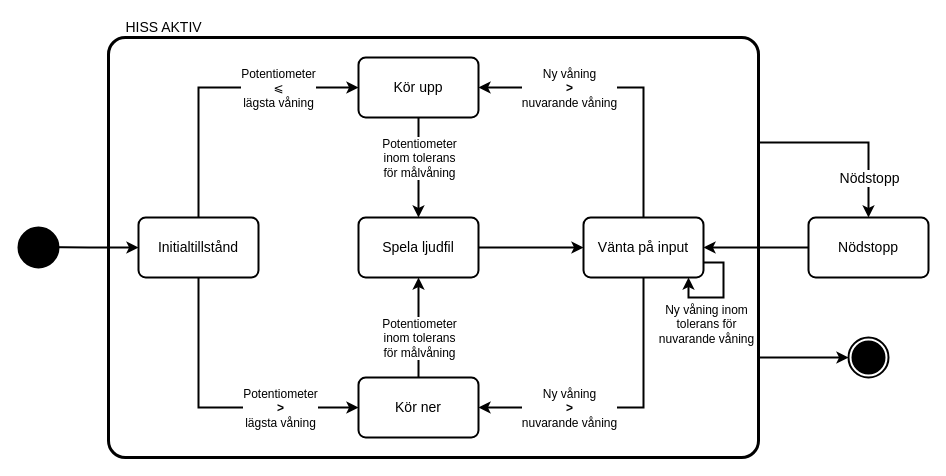
Earlier version of the draw.io diagram Bilder och figurer/Drawio/Tillståndsdiagram_2.drawio (RagePly/TIF083-LabVIEW). Source tidied: cells renumbered, new cells numbered last; positions are measured from the earlier drawing's top-left corner, leaving out a move shared by most shapes. Both pictures are drawn from the tidied source at 100%, with x=0, y=0 at pixel (18, 17).
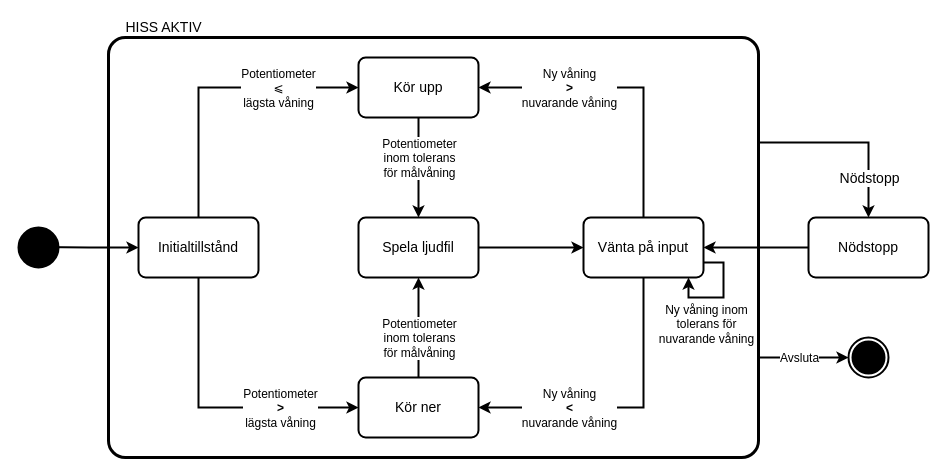
The same diagram, later.

The change refers to these unchanged cells:
```xml
<mxCell id="21" style="edgeStyle=orthogonalEdgeStyle;rounded=0;jettySize=auto;html=1;exitX=0.5;exitY=1;exitDx=0;exitDy=0;entryX=1;entryY=0.5;entryDx=0;entryDy=0;strokeWidth=2;fontFamily=CMU Serif;fontSize=12;" parent="2" edge="1" source="23" target="9">
  <mxGeometry x="20" as="geometry" />
</mxCell>
<mxCell id="33" style="edgeStyle=orthogonalEdgeStyle;rounded=0;jettySize=auto;html=1;exitX=1;exitY=0.762;exitDx=0;exitDy=0;entryX=0;entryY=0.5;entryDx=0;entryDy=0;strokeWidth=2;fontFamily=CMU Serif;fontSize=14;exitPerimeter=0;" parent="2" edge="1" source="3" target="32">
  <mxGeometry x="20" as="geometry" />
</mxCell>
```

What changed in the source:
```diff
@@
-    <mxCell id="22" value="Ny våning&lt;br&gt;&lt;b&gt;&amp;gt;&lt;/b&gt;&lt;br&gt;nuvarande våning" style="edgeLabel;html=1;align=center;verticalAlign=middle;fontSize=12;fontFamily=CMU Serif;" parent="21" vertex="1">
+    <mxCell id="22" value="Ny våning&lt;br&gt;&lt;b&gt;&amp;lt;&lt;/b&gt;&lt;br&gt;nuvarande våning" style="edgeLabel;align=center;verticalAlign=middle;fontSize=12;fontFamily=CMU Serif;html=1;" parent="21" vertex="1">
       <mxGeometry x="-0.62" y="3" relative="1" as="geometry">
         <mxPoint x="-78" y="74" as="offset" />
       </mxGeometry>
     </mxCell>
@@
+    <mxCell id="35" value="Avsluta" style="edgeLabel;html=1;align=center;verticalAlign=middle;fontFamily=CMU Serif;fontSize=12;" parent="33" vertex="1">
+      <mxGeometry relative="1" as="geometry">
+        <mxPoint x="-4" as="offset" />
+      </mxGeometry>
+    </mxCell>
```
